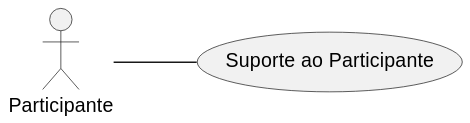
This is specs/casos_de_uso/svg/uml_uc13.svg from Phenrique-sousa/APS-documents, a PlantUML export, as it was before one commit. The source it was exported from:
```plantuml
@startuml
left to right direction

actor "Participante" as Usuario

usecase "Suporte ao Participante" as UC2

Usuario -- UC2

@enduml
```
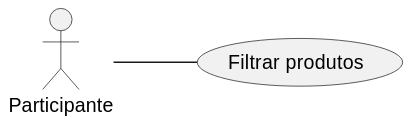
The same diagram one commit later.

The edit, as a diff of the source:
```diff
@@ -3,7 +3,7 @@
 
 actor "Participante" as Usuario
 
-usecase "Suporte ao Participante" as UC2
+usecase "Filtrar produtos" as UC2
 
 Usuario -- UC2
 
```
